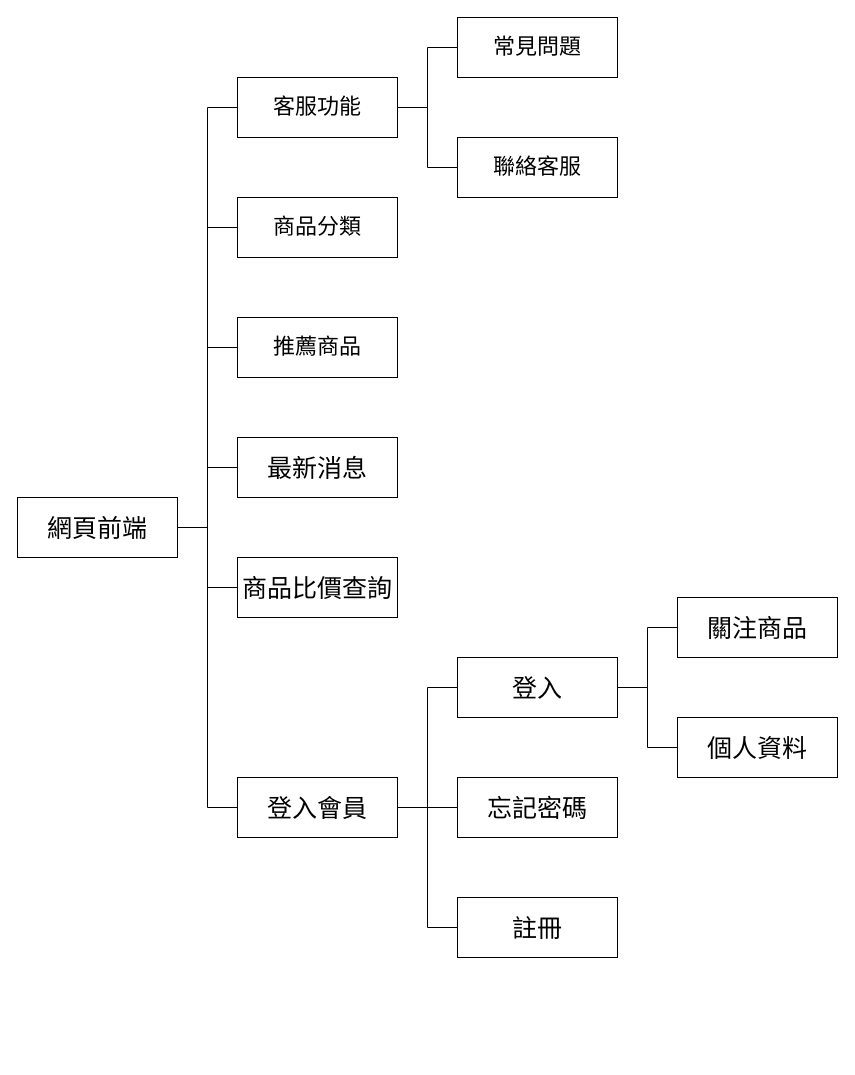
Above: graphs/b1/front end struct.drawio in 7bagbun/grad_prj_docs (draw.io), before the change. Source tidied: cells renumbered, new cells numbered last; positions are measured from the earlier drawing's top-left corner, leaving out a move shared by most shapes. Both pictures are drawn from the tidied source at 100%, with x=0, y=0 at pixel (17, 17).
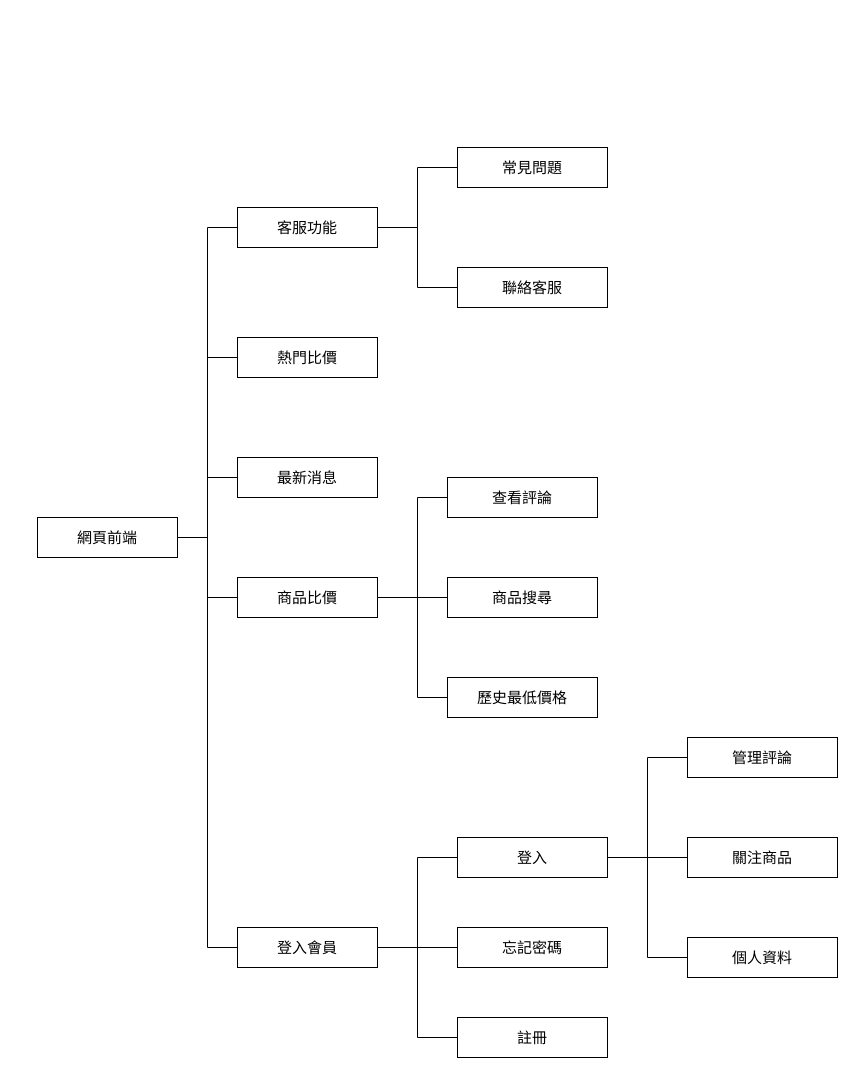
After the change.

What changed in the source:
```diff
@@
-    <mxCell id="6" style="edgeStyle=orthogonalEdgeStyle;rounded=0;jettySize=auto;html=1;entryX=0;entryY=0.5;entryDx=0;entryDy=0;endArrow=none;endFill=0;" parent="1" edge="1" source="8" target="23">
-      <mxGeometry relative="1" as="geometry" />
-    </mxCell>
@@
-    <mxCell id="8" value="&lt;font style=&quot;font-size: 25px;&quot;&gt;網頁前端&lt;/font&gt;" style="rounded=0;whiteSpace=wrap;html=1;direction=east;" parent="1" vertex="1">
-      <mxGeometry y="480" width="160" height="60" as="geometry" />
+    <mxCell id="8" value="&lt;font style=&quot;font-size: 15px;&quot;&gt;網頁前端&lt;/font&gt;" style="rounded=0;whiteSpace=wrap;html=1;direction=east;" parent="1" vertex="1">
+      <mxGeometry x="20" y="500" width="140" height="40" as="geometry" />
     </mxCell>
@@
-    <mxCell id="12" value="&lt;font style=&quot;font-size: 25px;&quot;&gt;登入會員&lt;/font&gt;" style="rounded=0;whiteSpace=wrap;html=1;" parent="1" vertex="1">
-      <mxGeometry x="220" y="760" width="160" height="60" as="geometry" />
+    <mxCell id="12" value="&lt;font style=&quot;font-size: 15px;&quot;&gt;登入會員&lt;/font&gt;" style="rounded=0;whiteSpace=wrap;html=1;" parent="1" vertex="1">
+      <mxGeometry x="220" y="910" width="140" height="40" as="geometry" />
     </mxCell>
+    <mxCell id="29" style="edgeStyle=orthogonalEdgeStyle;rounded=0;jettySize=auto;html=1;entryX=0;entryY=0.5;entryDx=0;entryDy=0;endArrow=none;endFill=0;" parent="1" edge="1" source="13" target="33">
+      <mxGeometry relative="1" as="geometry" />
+    </mxCell>
+    <mxCell id="30" style="edgeStyle=orthogonalEdgeStyle;rounded=0;jettySize=auto;html=1;entryX=0;entryY=0.5;entryDx=0;entryDy=0;endArrow=none;endFill=0;" parent="1" edge="1" source="13" target="34">
+      <mxGeometry relative="1" as="geometry">
+        <Array as="points">
+          <mxPoint x="400" y="580" />
+          <mxPoint x="400" y="680" />
+        </Array>
+      </mxGeometry>
+    </mxCell>
+    <mxCell id="31" style="edgeStyle=orthogonalEdgeStyle;rounded=0;jettySize=auto;html=1;entryX=0;entryY=0.5;entryDx=0;entryDy=0;endArrow=none;endFill=0;" parent="1" edge="1" source="13" target="35">
+      <mxGeometry relative="1" as="geometry">
+        <Array as="points">
+          <mxPoint x="400" y="580" />
+          <mxPoint x="400" y="480" />
+        </Array>
+      </mxGeometry>
+    </mxCell>
-    <mxCell id="13" value="&lt;font style=&quot;font-size: 25px;&quot;&gt;商品比價查詢&lt;/font&gt;" style="rounded=0;whiteSpace=wrap;html=1;" parent="1" vertex="1">
-      <mxGeometry x="220" y="540" width="160" height="60" as="geometry" />
+    <mxCell id="13" value="&lt;font style=&quot;font-size: 15px;&quot;&gt;商品比價&lt;/font&gt;" style="rounded=0;whiteSpace=wrap;html=1;" parent="1" vertex="1">
+      <mxGeometry x="220" y="560" width="140" height="40" as="geometry" />
     </mxCell>
-    <mxCell id="14" value="&lt;font style=&quot;font-size: 25px;&quot;&gt;最新消息&lt;/font&gt;" style="rounded=0;whiteSpace=wrap;html=1;" parent="1" vertex="1">
-      <mxGeometry x="220" y="420" width="160" height="60" as="geometry" />
+    <mxCell id="14" value="&lt;font style=&quot;font-size: 15px;&quot;&gt;最新消息&lt;/font&gt;" style="rounded=0;whiteSpace=wrap;html=1;" parent="1" vertex="1">
+      <mxGeometry x="220" y="440" width="140" height="40" as="geometry" />
     </mxCell>
-    <mxCell id="15" value="&lt;font style=&quot;font-size: 25px;&quot;&gt;個人資料&lt;/font&gt;" style="rounded=0;whiteSpace=wrap;html=1;" parent="1" vertex="1">
-      <mxGeometry x="660" y="700" width="160" height="60" as="geometry" />
+    <mxCell id="15" value="&lt;font style=&quot;font-size: 15px;&quot;&gt;個人資料&lt;/font&gt;" style="rounded=0;whiteSpace=wrap;html=1;" parent="1" vertex="1">
+      <mxGeometry x="670" y="920" width="150" height="40" as="geometry" />
     </mxCell>
-    <mxCell id="16" value="&lt;font style=&quot;font-size: 22px;&quot;&gt;推薦商品&lt;/font&gt;" style="rounded=0;whiteSpace=wrap;html=1;" parent="1" vertex="1">
-      <mxGeometry x="220" y="300" width="160" height="60" as="geometry" />
+    <mxCell id="16" value="&lt;font style=&quot;font-size: 15px;&quot;&gt;熱門比價&lt;/font&gt;" style="rounded=0;whiteSpace=wrap;html=1;" parent="1" vertex="1">
+      <mxGeometry x="220" y="320" width="140" height="40" as="geometry" />
     </mxCell>
-    <mxCell id="17" value="&lt;font style=&quot;font-size: 25px;&quot;&gt;關注商品&lt;/font&gt;" style="rounded=0;whiteSpace=wrap;html=1;" parent="1" vertex="1">
-      <mxGeometry x="660" y="580" width="160" height="60" as="geometry" />
+    <mxCell id="17" value="&lt;font style=&quot;font-size: 15px;&quot;&gt;關注商品&lt;/font&gt;" style="rounded=0;whiteSpace=wrap;html=1;" parent="1" vertex="1">
+      <mxGeometry x="670" y="820" width="150" height="40" as="geometry" />
     </mxCell>
     <mxCell id="18" style="edgeStyle=orthogonalEdgeStyle;rounded=0;jettySize=auto;html=1;endArrow=none;endFill=0;" parent="1" edge="1" source="20" target="17">
-      <mxGeometry relative="1" as="geometry" />
+      <mxGeometry relative="1" as="geometry">
+        <Array as="points">
+          <mxPoint x="680" y="840" />
+          <mxPoint x="680" y="840" />
+        </Array>
+      </mxGeometry>
     </mxCell>
     <mxCell id="19" style="edgeStyle=orthogonalEdgeStyle;rounded=0;jettySize=auto;html=1;entryX=0;entryY=0.5;entryDx=0;entryDy=0;endArrow=none;endFill=0;" parent="1" edge="1" source="20" target="15">
-      <mxGeometry relative="1" as="geometry" />
+      <mxGeometry relative="1" as="geometry">
+        <Array as="points">
+          <mxPoint x="630" y="840" />
+          <mxPoint x="630" y="940" />
+        </Array>
+      </mxGeometry>
     </mxCell>
+    <mxCell id="32" style="edgeStyle=orthogonalEdgeStyle;rounded=0;jettySize=auto;html=1;entryX=0;entryY=0.5;entryDx=0;entryDy=0;endArrow=none;endFill=0;" parent="1" edge="1" source="20" target="36">
+      <mxGeometry relative="1" as="geometry" />
+    </mxCell>
-    <mxCell id="20" value="&lt;font style=&quot;font-size: 25px;&quot;&gt;登入&lt;/font&gt;" style="rounded=0;whiteSpace=wrap;html=1;" parent="1" vertex="1">
-      <mxGeometry x="440" y="640" width="160" height="60" as="geometry" />
+    <mxCell id="20" value="&lt;font style=&quot;font-size: 15px;&quot;&gt;登入&lt;/font&gt;" style="rounded=0;whiteSpace=wrap;html=1;" parent="1" vertex="1">
+      <mxGeometry x="440" y="820" width="150" height="40" as="geometry" />
     </mxCell>
-    <mxCell id="21" value="&lt;font style=&quot;font-size: 25px;&quot;&gt;忘記密碼&lt;/font&gt;" style="rounded=0;whiteSpace=wrap;html=1;" parent="1" vertex="1">
-      <mxGeometry x="440" y="760" width="160" height="60" as="geometry" />
+    <mxCell id="21" value="&lt;font style=&quot;font-size: 15px;&quot;&gt;忘記密碼&lt;/font&gt;" style="rounded=0;whiteSpace=wrap;html=1;" parent="1" vertex="1">
+      <mxGeometry x="440" y="910" width="150" height="40" as="geometry" />
     </mxCell>
-    <mxCell id="22" value="&lt;font style=&quot;font-size: 25px;&quot;&gt;註冊&lt;/font&gt;" style="rounded=0;whiteSpace=wrap;html=1;" parent="1" vertex="1">
-      <mxGeometry x="440" y="880" width="160" height="60" as="geometry" />
+    <mxCell id="22" value="&lt;font style=&quot;font-size: 15px;&quot;&gt;註冊&lt;/font&gt;" style="rounded=0;whiteSpace=wrap;html=1;" parent="1" vertex="1">
+      <mxGeometry x="440" y="1000" width="150" height="40" as="geometry" />
     </mxCell>
-    <mxCell id="23" value="&lt;font style=&quot;font-size: 22px;&quot;&gt;商品分類&lt;/font&gt;" style="rounded=0;whiteSpace=wrap;html=1;" parent="1" vertex="1">
-      <mxGeometry x="220" y="180" width="160" height="60" as="geometry" />
-    </mxCell>
@@
-    <mxCell id="26" value="&lt;font style=&quot;font-size: 22px;&quot;&gt;客服功能&lt;/font&gt;" style="rounded=0;whiteSpace=wrap;html=1;" parent="1" vertex="1">
-      <mxGeometry x="220" y="60" width="160" height="60" as="geometry" />
+    <mxCell id="26" value="&lt;font style=&quot;font-size: 15px;&quot;&gt;客服功能&lt;/font&gt;" style="rounded=0;whiteSpace=wrap;html=1;" parent="1" vertex="1">
+      <mxGeometry x="220" y="190" width="140" height="40" as="geometry" />
     </mxCell>
-    <mxCell id="27" value="&lt;font style=&quot;font-size: 22px;&quot;&gt;常見問題&lt;/font&gt;" style="rounded=0;whiteSpace=wrap;html=1;" parent="1" vertex="1">
-      <mxGeometry x="440" width="160" height="60" as="geometry" />
+    <mxCell id="27" value="&lt;font style=&quot;font-size: 15px;&quot;&gt;常見問題&lt;/font&gt;" style="rounded=0;whiteSpace=wrap;html=1;" parent="1" vertex="1">
+      <mxGeometry x="440" y="130" width="150" height="40" as="geometry" />
     </mxCell>
-    <mxCell id="28" value="&lt;font style=&quot;font-size: 22px;&quot;&gt;聯絡客服&lt;/font&gt;" style="rounded=0;whiteSpace=wrap;html=1;" parent="1" vertex="1">
-      <mxGeometry x="440" y="120" width="160" height="60" as="geometry" />
+    <mxCell id="28" value="&lt;font style=&quot;font-size: 15px;&quot;&gt;聯絡客服&lt;/font&gt;" style="rounded=0;whiteSpace=wrap;html=1;" parent="1" vertex="1">
+      <mxGeometry x="440" y="250" width="150" height="40" as="geometry" />
     </mxCell>
+    <mxCell id="33" value="&lt;font style=&quot;font-size: 15px;&quot;&gt;商品搜尋&lt;/font&gt;" style="rounded=0;whiteSpace=wrap;html=1;" parent="1" vertex="1">
+      <mxGeometry x="430" y="560" width="150" height="40" as="geometry" />
+    </mxCell>
+    <mxCell id="34" value="&lt;font style=&quot;font-size: 15px;&quot;&gt;歷史最低價格&lt;/font&gt;" style="rounded=0;whiteSpace=wrap;html=1;" parent="1" vertex="1">
+      <mxGeometry x="430" y="660" width="150" height="40" as="geometry" />
+    </mxCell>
+    <mxCell id="35" value="&lt;span style=&quot;font-size: 15px;&quot;&gt;查看評論&lt;/span&gt;" style="rounded=0;whiteSpace=wrap;html=1;" parent="1" vertex="1">
+      <mxGeometry x="430" y="460" width="150" height="40" as="geometry" />
+    </mxCell>
+    <mxCell id="36" value="&lt;font style=&quot;font-size: 15px;&quot;&gt;管理評論&lt;/font&gt;" style="rounded=0;whiteSpace=wrap;html=1;" parent="1" vertex="1">
+      <mxGeometry x="670" y="720" width="150" height="40" as="geometry" />
+    </mxCell>
```
